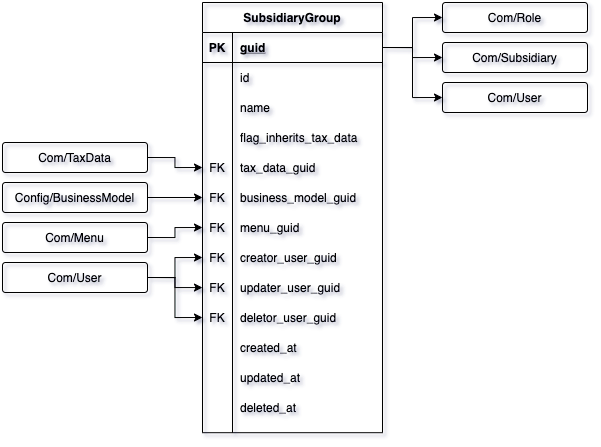
Earlier version of the draw.io export basedata/entities/images/ComSubsidiaryGroupTable.png (4uRest/documentation). Source tidied: cells renumbered, new cells last; positions are measured from the earlier drawing's top-left corner, leaving out a move shared by most shapes. The source it was exported from:
```xml
<mxGraphModel>
  <root>
    <mxCell id="0" />
    <mxCell id="1" parent="0" />
    <mxCell id="2" value="SubsidiaryGroup" style="shape=table;startSize=30;rowLines=0;fontStyle=1;align=center;fillColor=none;" parent="1" vertex="1">
      <mxGeometry x="200" width="180" height="430.2" as="geometry" />
    </mxCell>
    <mxCell id="3" style="shape=partialRectangle;fillColor=none;top=0;left=0;bottom=1;right=0;points=[[0,0.5],[1,0.5]];portConstraint=eastwest;" parent="2" vertex="1">
      <mxGeometry y="30" width="180" height="30" as="geometry" />
    </mxCell>
    <mxCell id="4" value="PK" style="shape=partialRectangle;fillColor=none;top=0;left=0;bottom=0;right=0;fontStyle=1;overflow=hidden;" parent="3" vertex="1">
      <mxGeometry width="30" height="30" as="geometry" />
    </mxCell>
    <mxCell id="5" value="guid" style="shape=partialRectangle;fillColor=none;top=0;left=0;bottom=0;right=0;align=left;spacingLeft=6;fontStyle=5;overflow=hidden;" parent="3" vertex="1">
      <mxGeometry x="30" width="150" height="30" as="geometry" />
    </mxCell>
    <mxCell id="6" style="shape=partialRectangle;fillColor=none;top=0;left=0;bottom=0;right=0;" parent="2" vertex="1">
      <mxGeometry y="60" width="180" height="30" as="geometry" />
    </mxCell>
    <mxCell id="7" style="shape=partialRectangle;fillColor=none;top=0;left=0;bottom=0;right=0;overflow=hidden;" parent="6" vertex="1">
      <mxGeometry width="30" height="30" as="geometry" />
    </mxCell>
    <mxCell id="8" value="id" style="shape=partialRectangle;fillColor=none;top=0;left=0;bottom=0;right=0;align=left;spacingLeft=6;overflow=hidden;" parent="6" vertex="1">
      <mxGeometry x="30" width="150" height="30" as="geometry" />
    </mxCell>
    <mxCell id="9" style="shape=partialRectangle;fillColor=none;top=0;left=0;bottom=0;right=0;" parent="2" vertex="1">
      <mxGeometry y="90" width="180" height="30" as="geometry" />
    </mxCell>
    <mxCell id="10" style="shape=partialRectangle;fillColor=none;top=0;left=0;bottom=0;right=0;overflow=hidden;" parent="9" vertex="1">
      <mxGeometry width="30" height="30" as="geometry" />
    </mxCell>
    <mxCell id="11" value="name" style="shape=partialRectangle;fillColor=none;top=0;left=0;bottom=0;right=0;align=left;spacingLeft=6;overflow=hidden;" parent="9" vertex="1">
      <mxGeometry x="30" width="150" height="30" as="geometry" />
    </mxCell>
    <mxCell id="12" style="shape=partialRectangle;fillColor=none;top=0;left=0;bottom=0;right=0;" parent="2" vertex="1">
      <mxGeometry y="120" width="180" height="30" as="geometry" />
    </mxCell>
    <mxCell id="13" style="shape=partialRectangle;fillColor=none;top=0;left=0;bottom=0;right=0;overflow=hidden;" parent="12" vertex="1">
      <mxGeometry width="30" height="30" as="geometry" />
    </mxCell>
    <mxCell id="14" value="flag_inherits_tax_data" style="shape=partialRectangle;fillColor=none;top=0;left=0;bottom=0;right=0;align=left;spacingLeft=6;overflow=hidden;" parent="12" vertex="1">
      <mxGeometry x="30" width="150" height="30" as="geometry" />
    </mxCell>
    <mxCell id="15" style="shape=partialRectangle;top=0;left=0;bottom=0;right=0;points=[[0,0.5],[1,0.5]];portConstraint=eastwest;fillColor=none;" parent="2" vertex="1">
      <mxGeometry y="150" width="180" height="30" as="geometry" />
    </mxCell>
    <mxCell id="16" value="FK" style="shape=partialRectangle;fillColor=none;top=0;left=0;bottom=0;right=0;overflow=hidden;" parent="15" vertex="1">
      <mxGeometry width="30" height="30" as="geometry" />
    </mxCell>
    <mxCell id="17" value="tax_data_guid" style="shape=partialRectangle;fillColor=none;top=0;left=0;bottom=0;right=0;align=left;spacingLeft=6;overflow=hidden;" parent="15" vertex="1">
      <mxGeometry x="30" width="150" height="30" as="geometry" />
    </mxCell>
    <mxCell id="18" style="shape=partialRectangle;top=0;left=0;bottom=0;right=0;points=[[0,0.5],[1,0.5]];portConstraint=eastwest;fillColor=none;" parent="2" vertex="1">
      <mxGeometry y="180" width="180" height="30" as="geometry" />
    </mxCell>
    <mxCell id="19" value="FK" style="shape=partialRectangle;fillColor=none;top=0;left=0;bottom=0;right=0;overflow=hidden;" parent="18" vertex="1">
      <mxGeometry width="30" height="30" as="geometry" />
    </mxCell>
    <mxCell id="20" value="business_model_guid" style="shape=partialRectangle;fillColor=none;top=0;left=0;bottom=0;right=0;align=left;spacingLeft=6;overflow=hidden;" parent="18" vertex="1">
      <mxGeometry x="30" width="150" height="30" as="geometry" />
    </mxCell>
    <mxCell id="21" style="shape=partialRectangle;top=0;left=0;bottom=0;right=0;points=[[0,0.5],[1,0.5]];portConstraint=eastwest;fillColor=none;" parent="2" vertex="1">
      <mxGeometry y="210" width="180" height="30" as="geometry" />
    </mxCell>
    <mxCell id="22" value="FK" style="shape=partialRectangle;fillColor=none;top=0;left=0;bottom=0;right=0;overflow=hidden;" parent="21" vertex="1">
      <mxGeometry width="30" height="30" as="geometry" />
    </mxCell>
    <mxCell id="23" value="menu_guid" style="shape=partialRectangle;fillColor=none;top=0;left=0;bottom=0;right=0;align=left;spacingLeft=6;overflow=hidden;" parent="21" vertex="1">
      <mxGeometry x="30" width="150" height="30" as="geometry" />
    </mxCell>
    <mxCell id="24" style="shape=partialRectangle;top=0;left=0;bottom=0;right=0;points=[[0,0.5],[1,0.5]];portConstraint=eastwest;fillColor=none;" parent="2" vertex="1">
      <mxGeometry y="240" width="180" height="30" as="geometry" />
    </mxCell>
    <mxCell id="25" value="FK" style="shape=partialRectangle;fillColor=none;top=0;left=0;bottom=0;right=0;overflow=hidden;" parent="24" vertex="1">
      <mxGeometry width="30" height="30" as="geometry" />
    </mxCell>
    <mxCell id="26" value="creator_user_guid" style="shape=partialRectangle;fillColor=none;top=0;left=0;bottom=0;right=0;align=left;spacingLeft=6;overflow=hidden;" parent="24" vertex="1">
      <mxGeometry x="30" width="150" height="30" as="geometry" />
    </mxCell>
    <mxCell id="27" style="shape=partialRectangle;top=0;left=0;bottom=0;right=0;points=[[0,0.5],[1,0.5]];portConstraint=eastwest;fillColor=none;" parent="2" vertex="1">
      <mxGeometry y="270" width="180" height="30" as="geometry" />
    </mxCell>
    <mxCell id="28" value="FK" style="shape=partialRectangle;fillColor=none;top=0;left=0;bottom=0;right=0;overflow=hidden;" parent="27" vertex="1">
      <mxGeometry width="30" height="30" as="geometry" />
    </mxCell>
    <mxCell id="29" value="updater_user_guid" style="shape=partialRectangle;fillColor=none;top=0;left=0;bottom=0;right=0;align=left;spacingLeft=6;overflow=hidden;" parent="27" vertex="1">
      <mxGeometry x="30" width="150" height="30" as="geometry" />
    </mxCell>
    <mxCell id="30" style="shape=partialRectangle;top=0;left=0;bottom=0;right=0;points=[[0,0.5],[1,0.5]];portConstraint=eastwest;fillColor=none;" parent="2" vertex="1">
      <mxGeometry y="300" width="180" height="30" as="geometry" />
    </mxCell>
    <mxCell id="31" value="FK" style="shape=partialRectangle;fillColor=none;top=0;left=0;bottom=0;right=0;overflow=hidden;" parent="30" vertex="1">
      <mxGeometry width="30" height="30" as="geometry" />
    </mxCell>
    <mxCell id="32" value="deletor_user_guid" style="shape=partialRectangle;fillColor=none;top=0;left=0;bottom=0;right=0;align=left;spacingLeft=6;overflow=hidden;" parent="30" vertex="1">
      <mxGeometry x="30" width="150" height="30" as="geometry" />
    </mxCell>
    <mxCell id="33" style="shape=partialRectangle;fillColor=none;top=0;left=0;bottom=0;right=0;" parent="2" vertex="1">
      <mxGeometry y="330" width="180" height="30" as="geometry" />
    </mxCell>
    <mxCell id="34" style="shape=partialRectangle;fillColor=none;top=0;left=0;bottom=0;right=0;overflow=hidden;" parent="33" vertex="1">
      <mxGeometry width="30" height="30" as="geometry" />
    </mxCell>
    <mxCell id="35" value="created_at" style="shape=partialRectangle;fillColor=none;top=0;left=0;bottom=0;right=0;align=left;spacingLeft=6;overflow=hidden;" parent="33" vertex="1">
      <mxGeometry x="30" width="150" height="30" as="geometry" />
    </mxCell>
    <mxCell id="36" style="shape=partialRectangle;fillColor=none;top=0;left=0;bottom=0;right=0;" parent="2" vertex="1">
      <mxGeometry y="360" width="180" height="30" as="geometry" />
    </mxCell>
    <mxCell id="37" style="shape=partialRectangle;fillColor=none;top=0;left=0;bottom=0;right=0;overflow=hidden;" parent="36" vertex="1">
      <mxGeometry width="30" height="30" as="geometry" />
    </mxCell>
    <mxCell id="38" value="updated_at" style="shape=partialRectangle;fillColor=none;top=0;left=0;bottom=0;right=0;align=left;spacingLeft=6;overflow=hidden;" parent="36" vertex="1">
      <mxGeometry x="30" width="150" height="30" as="geometry" />
    </mxCell>
    <mxCell id="39" style="shape=partialRectangle;fillColor=none;top=0;left=0;bottom=0;right=0;" parent="2" vertex="1">
      <mxGeometry y="390" width="180" height="30" as="geometry" />
    </mxCell>
    <mxCell id="40" style="shape=partialRectangle;fillColor=none;top=0;left=0;bottom=0;right=0;overflow=hidden;" parent="39" vertex="1">
      <mxGeometry width="30" height="30" as="geometry" />
    </mxCell>
    <mxCell id="41" value="deleted_at" style="shape=partialRectangle;fillColor=none;top=0;left=0;bottom=0;right=0;align=left;spacingLeft=6;overflow=hidden;" parent="39" vertex="1">
      <mxGeometry x="30" width="150" height="30" as="geometry" />
    </mxCell>
    <mxCell id="42" style="edgeStyle=orthogonalEdgeStyle;rounded=0;jettySize=auto;html=1;exitX=1;exitY=0.5;exitDx=0;exitDy=0;entryX=0;entryY=0.5;entryDx=0;entryDy=0;fillColor=none;" parent="1" edge="1" source="45" target="24">
      <mxGeometry relative="1" as="geometry" />
    </mxCell>
    <mxCell id="43" style="edgeStyle=orthogonalEdgeStyle;rounded=0;jettySize=auto;html=1;exitX=1;exitY=0.5;exitDx=0;exitDy=0;fillColor=none;" parent="1" edge="1" source="45" target="27">
      <mxGeometry relative="1" as="geometry" />
    </mxCell>
    <mxCell id="44" style="edgeStyle=orthogonalEdgeStyle;rounded=0;jettySize=auto;html=1;exitX=1;exitY=0.5;exitDx=0;exitDy=0;entryX=0;entryY=0.5;entryDx=0;entryDy=0;fillColor=none;" parent="1" edge="1" source="45" target="30">
      <mxGeometry relative="1" as="geometry" />
    </mxCell>
    <mxCell id="45" value="Com/User" style="rounded=1;arcSize=10;whiteSpace=wrap;html=1;align=center;fillColor=none;" parent="1" vertex="1">
      <mxGeometry y="260" width="145" height="30" as="geometry" />
    </mxCell>
    <mxCell id="46" style="edgeStyle=orthogonalEdgeStyle;rounded=0;jettySize=auto;html=1;exitX=1;exitY=0.5;exitDx=0;exitDy=0;entryX=0;entryY=0.5;entryDx=0;entryDy=0;fillColor=none;" parent="1" edge="1" source="47" target="21">
      <mxGeometry relative="1" as="geometry" />
    </mxCell>
    <mxCell id="47" value="Com/Menu" style="rounded=1;arcSize=10;whiteSpace=wrap;html=1;align=center;fillColor=none;" parent="1" vertex="1">
      <mxGeometry y="220" width="145" height="30" as="geometry" />
    </mxCell>
    <mxCell id="48" style="edgeStyle=orthogonalEdgeStyle;rounded=0;jettySize=auto;html=1;exitX=1;exitY=0.5;exitDx=0;exitDy=0;entryX=0;entryY=0.5;entryDx=0;entryDy=0;fillColor=none;" parent="1" edge="1" source="49" target="18">
      <mxGeometry relative="1" as="geometry" />
    </mxCell>
    <mxCell id="49" value="Config/BusinessModel" style="rounded=1;arcSize=10;whiteSpace=wrap;html=1;align=center;fillColor=none;" parent="1" vertex="1">
      <mxGeometry y="180" width="145" height="30" as="geometry" />
    </mxCell>
    <mxCell id="50" style="edgeStyle=orthogonalEdgeStyle;rounded=0;jettySize=auto;html=1;exitX=1;exitY=0.5;exitDx=0;exitDy=0;entryX=0;entryY=0.5;entryDx=0;entryDy=0;fillColor=none;" parent="1" edge="1" source="51" target="15">
      <mxGeometry relative="1" as="geometry" />
    </mxCell>
    <mxCell id="51" value="Com/TaxData" style="rounded=1;arcSize=10;whiteSpace=wrap;html=1;align=center;fillColor=none;" parent="1" vertex="1">
      <mxGeometry y="140" width="145" height="30" as="geometry" />
    </mxCell>
    <mxCell id="52" value="Com/Role" style="rounded=1;arcSize=10;whiteSpace=wrap;html=1;align=center;fillColor=none;" parent="1" vertex="1">
      <mxGeometry x="440" width="145" height="30" as="geometry" />
    </mxCell>
    <mxCell id="53" value="Com/Subsidiary" style="rounded=1;arcSize=10;whiteSpace=wrap;html=1;align=center;fillColor=none;" parent="1" vertex="1">
      <mxGeometry x="440" y="40" width="145" height="30" as="geometry" />
    </mxCell>
    <mxCell id="54" value="Com/User" style="rounded=1;arcSize=10;whiteSpace=wrap;html=1;align=center;fillColor=none;" parent="1" vertex="1">
      <mxGeometry x="440" y="80" width="145" height="30" as="geometry" />
    </mxCell>
    <mxCell id="55" style="edgeStyle=orthogonalEdgeStyle;rounded=0;jettySize=auto;html=1;exitX=1;exitY=0.5;exitDx=0;exitDy=0;entryX=0;entryY=0.5;entryDx=0;entryDy=0;fillColor=none;" parent="1" edge="1" source="3" target="52">
      <mxGeometry relative="1" as="geometry" />
    </mxCell>
    <mxCell id="56" style="edgeStyle=orthogonalEdgeStyle;rounded=0;jettySize=auto;html=1;exitX=1;exitY=0.5;exitDx=0;exitDy=0;entryX=0;entryY=0.5;entryDx=0;entryDy=0;fillColor=none;" parent="1" edge="1" source="3" target="53">
      <mxGeometry relative="1" as="geometry" />
    </mxCell>
    <mxCell id="57" style="edgeStyle=orthogonalEdgeStyle;rounded=0;jettySize=auto;html=1;exitX=1;exitY=0.5;exitDx=0;exitDy=0;entryX=0;entryY=0.5;entryDx=0;entryDy=0;fillColor=none;" parent="1" edge="1" source="3" target="54">
      <mxGeometry relative="1" as="geometry" />
    </mxCell>
  </root>
</mxGraphModel>
```
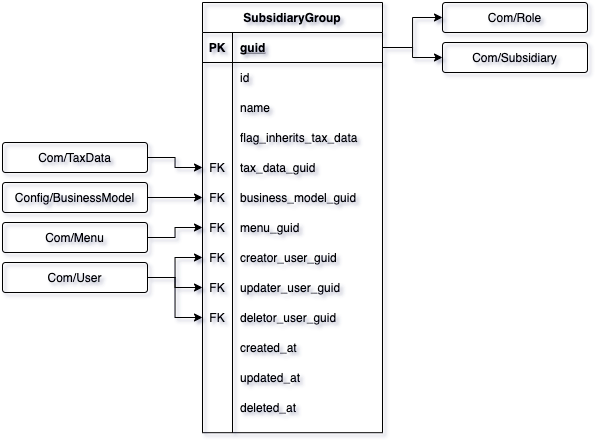
Later version of the same file.

Diff of the diagram source:
```diff
@@ -158,17 +158,11 @@
     <mxCell id="53" value="Com/Subsidiary" style="rounded=1;arcSize=10;whiteSpace=wrap;html=1;align=center;fillColor=none;" parent="1" vertex="1">
       <mxGeometry x="440" y="40" width="145" height="30" as="geometry" />
     </mxCell>
-    <mxCell id="54" value="Com/User" style="rounded=1;arcSize=10;whiteSpace=wrap;html=1;align=center;fillColor=none;" parent="1" vertex="1">
-      <mxGeometry x="440" y="80" width="145" height="30" as="geometry" />
+    <mxCell id="54" style="edgeStyle=orthogonalEdgeStyle;rounded=0;jettySize=auto;html=1;exitX=1;exitY=0.5;exitDx=0;exitDy=0;entryX=0;entryY=0.5;entryDx=0;entryDy=0;fillColor=none;" parent="1" edge="1" source="3" target="52">
+      <mxGeometry relative="1" as="geometry" />
     </mxCell>
-    <mxCell id="55" style="edgeStyle=orthogonalEdgeStyle;rounded=0;jettySize=auto;html=1;exitX=1;exitY=0.5;exitDx=0;exitDy=0;entryX=0;entryY=0.5;entryDx=0;entryDy=0;fillColor=none;" parent="1" edge="1" source="3" target="52">
+    <mxCell id="55" style="edgeStyle=orthogonalEdgeStyle;rounded=0;jettySize=auto;html=1;exitX=1;exitY=0.5;exitDx=0;exitDy=0;entryX=0;entryY=0.5;entryDx=0;entryDy=0;fillColor=none;" parent="1" edge="1" source="3" target="53">
       <mxGeometry relative="1" as="geometry" />
     </mxCell>
-    <mxCell id="56" style="edgeStyle=orthogonalEdgeStyle;rounded=0;jettySize=auto;html=1;exitX=1;exitY=0.5;exitDx=0;exitDy=0;entryX=0;entryY=0.5;entryDx=0;entryDy=0;fillColor=none;" parent="1" edge="1" source="3" target="53">
-      <mxGeometry relative="1" as="geometry" />
-    </mxCell>
-    <mxCell id="57" style="edgeStyle=orthogonalEdgeStyle;rounded=0;jettySize=auto;html=1;exitX=1;exitY=0.5;exitDx=0;exitDy=0;entryX=0;entryY=0.5;entryDx=0;entryDy=0;fillColor=none;" parent="1" edge="1" source="3" target="54">
-      <mxGeometry relative="1" as="geometry" />
-    </mxCell>
   </root>
 </mxGraphModel>
```
